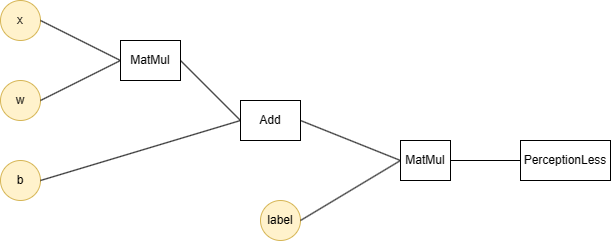
Before: images/Adaline的实现/Adaline.png, a diagram exported from draw.io (morandave/morandave.github.io). Source tidied: cells renumbered, new cells last; positions are measured from the earlier drawing's top-left corner, leaving out a move shared by most shapes. Source of this version:
```xml
<mxGraphModel>
  <root>
    <mxCell id="0" />
    <mxCell id="1" parent="0" />
    <mxCell id="2" value="w" style="ellipse;whiteSpace=wrap;html=1;fillColor=#fff2cc;strokeColor=#d6b656;" parent="1" vertex="1">
      <mxGeometry y="80" width="40" height="40" as="geometry" />
    </mxCell>
    <mxCell id="3" value="x" style="ellipse;whiteSpace=wrap;html=1;fillColor=#fff2cc;strokeColor=#d6b656;" parent="1" vertex="1">
      <mxGeometry width="40" height="40" as="geometry" />
    </mxCell>
    <mxCell id="4" value="b" style="ellipse;whiteSpace=wrap;html=1;fillColor=#fff2cc;strokeColor=#d6b656;" parent="1" vertex="1">
      <mxGeometry y="160" width="40" height="40" as="geometry" />
    </mxCell>
    <mxCell id="5" style="endArrow=none;html=1;rounded=0;exitX=1;exitY=0.5;exitDx=0;exitDy=0;" parent="1" edge="1" source="3">
      <mxGeometry relative="1" as="geometry">
        <mxPoint x="120" y="60" as="targetPoint" />
      </mxGeometry>
    </mxCell>
    <mxCell id="6" style="endArrow=none;html=1;rounded=0;exitX=1;exitY=0.5;exitDx=0;exitDy=0;" parent="1" edge="1" source="2">
      <mxGeometry relative="1" as="geometry">
        <mxPoint x="120" y="60" as="targetPoint" />
      </mxGeometry>
    </mxCell>
    <mxCell id="7" value="MatMul" style="rounded=0;whiteSpace=wrap;html=1;" parent="1" vertex="1">
      <mxGeometry x="120" y="40" width="60" height="40" as="geometry" />
    </mxCell>
    <mxCell id="8" value="Add" style="rounded=0;whiteSpace=wrap;html=1;" parent="1" vertex="1">
      <mxGeometry x="240" y="100" width="60" height="40" as="geometry" />
    </mxCell>
    <mxCell id="9" style="endArrow=none;html=1;rounded=0;exitX=1;exitY=0.5;exitDx=0;exitDy=0;entryX=0;entryY=0.5;entryDx=0;entryDy=0;" parent="1" edge="1" source="7" target="8">
      <mxGeometry relative="1" as="geometry" />
    </mxCell>
    <mxCell id="10" style="endArrow=none;html=1;rounded=0;exitX=1;exitY=0.5;exitDx=0;exitDy=0;entryX=0;entryY=0.5;entryDx=0;entryDy=0;" parent="1" edge="1" source="4" target="8">
      <mxGeometry relative="1" as="geometry" />
    </mxCell>
    <mxCell id="11" value="label" style="ellipse;whiteSpace=wrap;html=1;fillColor=#fff2cc;strokeColor=#d6b656;" parent="1" vertex="1">
      <mxGeometry x="260" y="200" width="40" height="40" as="geometry" />
    </mxCell>
    <mxCell id="12" style="endArrow=none;html=1;rounded=0;exitX=1;exitY=0.5;exitDx=0;exitDy=0;" parent="1" edge="1" source="8">
      <mxGeometry relative="1" as="geometry">
        <mxPoint x="400" y="160" as="targetPoint" />
      </mxGeometry>
    </mxCell>
    <mxCell id="13" style="endArrow=none;html=1;rounded=0;exitX=1;exitY=0.5;exitDx=0;exitDy=0;" parent="1" edge="1" source="11">
      <mxGeometry relative="1" as="geometry">
        <mxPoint x="400" y="160" as="targetPoint" />
      </mxGeometry>
    </mxCell>
    <mxCell id="14" value="MatMul" style="rounded=0;whiteSpace=wrap;html=1;" parent="1" vertex="1">
      <mxGeometry x="400" y="140" width="50" height="40" as="geometry" />
    </mxCell>
    <mxCell id="15" style="endArrow=none;html=1;rounded=0;exitX=1;exitY=0.5;exitDx=0;exitDy=0;" parent="1" edge="1" source="14" target="16">
      <mxGeometry relative="1" as="geometry" />
    </mxCell>
    <mxCell id="16" value="PerceptionLess" style="rounded=0;whiteSpace=wrap;html=1;" parent="1" vertex="1">
      <mxGeometry x="520" y="140" width="90" height="40" as="geometry" />
    </mxCell>
  </root>
</mxGraphModel>
```
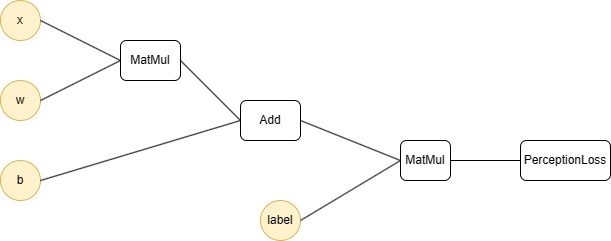
Later version of the same file.

Change to the diagram source:
```diff
@@ -2,57 +2,57 @@
   <root>
     <mxCell id="0" />
     <mxCell id="1" parent="0" />
-    <mxCell id="2" value="w" style="ellipse;whiteSpace=wrap;html=1;fillColor=#fff2cc;strokeColor=#d6b656;" parent="1" vertex="1">
+    <mxCell id="2" value="w" style="ellipse;whiteSpace=wrap;html=1;fillColor=#fff2cc;strokeColor=#d6b656;rounded=1;" parent="1" vertex="1">
       <mxGeometry y="80" width="40" height="40" as="geometry" />
     </mxCell>
-    <mxCell id="3" value="x" style="ellipse;whiteSpace=wrap;html=1;fillColor=#fff2cc;strokeColor=#d6b656;" parent="1" vertex="1">
+    <mxCell id="3" value="x" style="ellipse;whiteSpace=wrap;html=1;fillColor=#fff2cc;strokeColor=#d6b656;rounded=1;" parent="1" vertex="1">
       <mxGeometry width="40" height="40" as="geometry" />
     </mxCell>
-    <mxCell id="4" value="b" style="ellipse;whiteSpace=wrap;html=1;fillColor=#fff2cc;strokeColor=#d6b656;" parent="1" vertex="1">
+    <mxCell id="4" value="b" style="ellipse;whiteSpace=wrap;html=1;fillColor=#fff2cc;strokeColor=#d6b656;rounded=1;" parent="1" vertex="1">
       <mxGeometry y="160" width="40" height="40" as="geometry" />
     </mxCell>
-    <mxCell id="5" style="endArrow=none;html=1;rounded=0;exitX=1;exitY=0.5;exitDx=0;exitDy=0;" parent="1" edge="1" source="3">
+    <mxCell id="5" style="endArrow=none;html=1;rounded=1;exitX=1;exitY=0.5;exitDx=0;exitDy=0;" parent="1" edge="1" source="3">
       <mxGeometry relative="1" as="geometry">
         <mxPoint x="120" y="60" as="targetPoint" />
       </mxGeometry>
     </mxCell>
-    <mxCell id="6" style="endArrow=none;html=1;rounded=0;exitX=1;exitY=0.5;exitDx=0;exitDy=0;" parent="1" edge="1" source="2">
+    <mxCell id="6" style="endArrow=none;html=1;rounded=1;exitX=1;exitY=0.5;exitDx=0;exitDy=0;" parent="1" edge="1" source="2">
       <mxGeometry relative="1" as="geometry">
         <mxPoint x="120" y="60" as="targetPoint" />
       </mxGeometry>
     </mxCell>
-    <mxCell id="7" value="MatMul" style="rounded=0;whiteSpace=wrap;html=1;" parent="1" vertex="1">
+    <mxCell id="7" value="MatMul" style="rounded=1;whiteSpace=wrap;html=1;" parent="1" vertex="1">
       <mxGeometry x="120" y="40" width="60" height="40" as="geometry" />
     </mxCell>
-    <mxCell id="8" value="Add" style="rounded=0;whiteSpace=wrap;html=1;" parent="1" vertex="1">
+    <mxCell id="8" value="Add" style="rounded=1;whiteSpace=wrap;html=1;" parent="1" vertex="1">
       <mxGeometry x="240" y="100" width="60" height="40" as="geometry" />
     </mxCell>
-    <mxCell id="9" style="endArrow=none;html=1;rounded=0;exitX=1;exitY=0.5;exitDx=0;exitDy=0;entryX=0;entryY=0.5;entryDx=0;entryDy=0;" parent="1" edge="1" source="7" target="8">
+    <mxCell id="9" style="endArrow=none;html=1;rounded=1;exitX=1;exitY=0.5;exitDx=0;exitDy=0;entryX=0;entryY=0.5;entryDx=0;entryDy=0;" parent="1" edge="1" source="7" target="8">
       <mxGeometry relative="1" as="geometry" />
     </mxCell>
-    <mxCell id="10" style="endArrow=none;html=1;rounded=0;exitX=1;exitY=0.5;exitDx=0;exitDy=0;entryX=0;entryY=0.5;entryDx=0;entryDy=0;" parent="1" edge="1" source="4" target="8">
+    <mxCell id="10" style="endArrow=none;html=1;rounded=1;exitX=1;exitY=0.5;exitDx=0;exitDy=0;entryX=0;entryY=0.5;entryDx=0;entryDy=0;" parent="1" edge="1" source="4" target="8">
       <mxGeometry relative="1" as="geometry" />
     </mxCell>
-    <mxCell id="11" value="label" style="ellipse;whiteSpace=wrap;html=1;fillColor=#fff2cc;strokeColor=#d6b656;" parent="1" vertex="1">
+    <mxCell id="11" value="label" style="ellipse;whiteSpace=wrap;html=1;fillColor=#fff2cc;strokeColor=#d6b656;rounded=1;" parent="1" vertex="1">
       <mxGeometry x="260" y="200" width="40" height="40" as="geometry" />
     </mxCell>
-    <mxCell id="12" style="endArrow=none;html=1;rounded=0;exitX=1;exitY=0.5;exitDx=0;exitDy=0;" parent="1" edge="1" source="8">
+    <mxCell id="12" style="endArrow=none;html=1;rounded=1;exitX=1;exitY=0.5;exitDx=0;exitDy=0;" parent="1" edge="1" source="8">
       <mxGeometry relative="1" as="geometry">
         <mxPoint x="400" y="160" as="targetPoint" />
       </mxGeometry>
     </mxCell>
-    <mxCell id="13" style="endArrow=none;html=1;rounded=0;exitX=1;exitY=0.5;exitDx=0;exitDy=0;" parent="1" edge="1" source="11">
+    <mxCell id="13" style="endArrow=none;html=1;rounded=1;exitX=1;exitY=0.5;exitDx=0;exitDy=0;" parent="1" edge="1" source="11">
       <mxGeometry relative="1" as="geometry">
         <mxPoint x="400" y="160" as="targetPoint" />
       </mxGeometry>
     </mxCell>
-    <mxCell id="14" value="MatMul" style="rounded=0;whiteSpace=wrap;html=1;" parent="1" vertex="1">
+    <mxCell id="14" value="MatMul" style="rounded=1;whiteSpace=wrap;html=1;" parent="1" vertex="1">
       <mxGeometry x="400" y="140" width="50" height="40" as="geometry" />
     </mxCell>
-    <mxCell id="15" style="endArrow=none;html=1;rounded=0;exitX=1;exitY=0.5;exitDx=0;exitDy=0;" parent="1" edge="1" source="14" target="16">
+    <mxCell id="15" style="endArrow=none;html=1;rounded=1;exitX=1;exitY=0.5;exitDx=0;exitDy=0;" parent="1" edge="1" source="14" target="16">
       <mxGeometry relative="1" as="geometry" />
     </mxCell>
-    <mxCell id="16" value="PerceptionLess" style="rounded=0;whiteSpace=wrap;html=1;" parent="1" vertex="1">
+    <mxCell id="16" value="PerceptionLoss" style="rounded=1;whiteSpace=wrap;html=1;" parent="1" vertex="1">
       <mxGeometry x="520" y="140" width="90" height="40" as="geometry" />
     </mxCell>
   </root>
```
